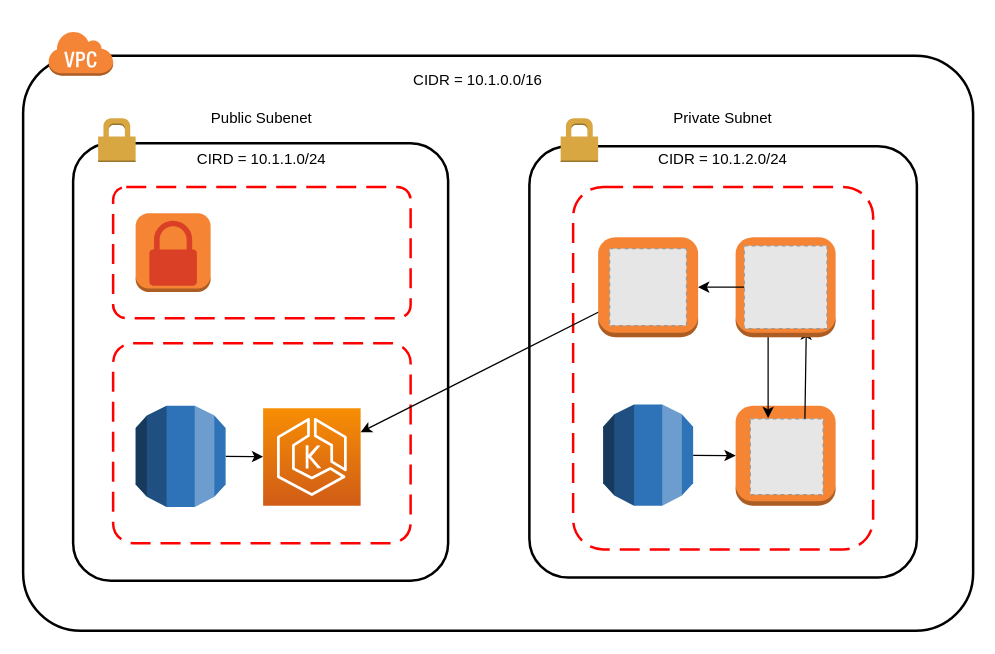
Earlier version of the draw.io diagram page "AWS Architecture" (3 of 4) of AWS Architecture.drawio (jake4327/Final_Project). Source tidied: cells renumbered, new cells numbered last; positions are measured from the earlier drawing's top-left corner, leaving out a move shared by most shapes. Both pictures are drawn from the tidied source at 125%, with x=0, y=0 at pixel (22, 30). Pictures stored in the file or linked from it are replaced by grey dashed boxes.
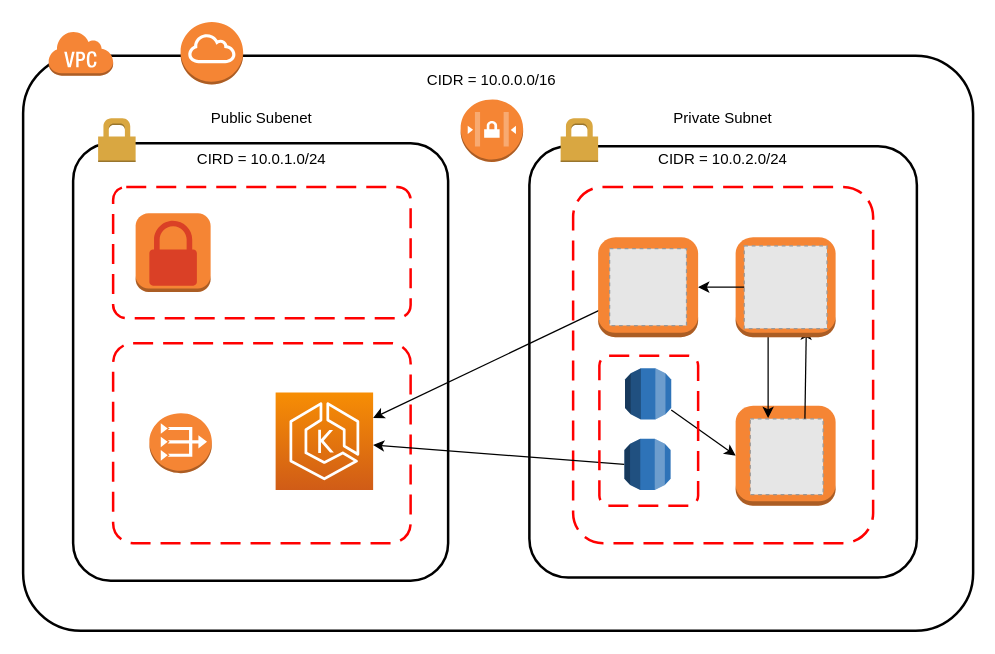
The same page after the edit.

The change refers to these unchanged cells:
```xml
<mxCell id="15" style="outlineConnect=0;fontColor=#232F3E;gradientColor=#F78E04;gradientDirection=north;fillColor=#D05C17;strokeColor=#ffffff;dashed=0;verticalLabelPosition=bottom;verticalAlign=top;align=center;html=1;fontSize=12;fontStyle=0;shape=mxgraph.aws4.resourceIcon;resIcon=mxgraph.aws4.eks;" parent="14" vertex="1">
  <mxGeometry x="-8" y="-8" width="78" height="78" as="geometry" />
</mxCell>
```

Change to the diagram source:
```diff
@@
     <mxCell id="9" style="rounded=1;arcSize=10;dashed=1;strokeColor=#ff0000;fillColor=none;gradientColor=none;dashPattern=8 4;strokeWidth=2;" parent="1" vertex="1">
-      <mxGeometry x="440" y="125" width="240" height="290" as="geometry" />
+      <mxGeometry x="440" y="125" width="240" height="285" as="geometry" />
     </mxCell>
@@
     <mxCell id="14" style="group;" parent="1" vertex="1">
-      <mxGeometry x="200" y="310" width="140" height="140" as="geometry" />
+      <mxGeometry x="210" y="297.5" width="140" height="140" as="geometry" />
     </mxCell>
@@
-    <mxCell id="23" value="CIDR = 10.1.0.0/16" style="text;html=1;strokeColor=none;fillColor=none;align=center;verticalAlign=middle;whiteSpace=wrap;rounded=0;" parent="1" vertex="1">
-      <mxGeometry x="289" y="30" width="150" height="20" as="geometry" />
+    <mxCell id="23" value="CIDR = 10.0.0.0/16" style="text;html=1;strokeColor=none;fillColor=none;align=center;verticalAlign=middle;whiteSpace=wrap;rounded=0;" parent="1" vertex="1">
+      <mxGeometry x="300" y="30" width="150" height="20" as="geometry" />
     </mxCell>
-    <mxCell id="24" value="CIRD = 10.1.1.0/24" style="text;html=1;strokeColor=none;fillColor=none;align=center;verticalAlign=middle;whiteSpace=wrap;rounded=0;" parent="1" vertex="1">
+    <mxCell id="24" value="CIRD = 10.0.1.0/24" style="text;html=1;strokeColor=none;fillColor=none;align=center;verticalAlign=middle;whiteSpace=wrap;rounded=0;" parent="1" vertex="1">
       <mxGeometry x="112" y="92.5" width="158" height="20" as="geometry" />
     </mxCell>
-    <mxCell id="25" value="CIDR = 10.1.2.0/24" style="text;html=1;strokeColor=none;fillColor=none;align=center;verticalAlign=middle;whiteSpace=wrap;rounded=0;" parent="1" vertex="1">
+    <mxCell id="25" value="CIDR = 10.0.2.0/24" style="text;html=1;strokeColor=none;fillColor=none;align=center;verticalAlign=middle;whiteSpace=wrap;rounded=0;" parent="1" vertex="1">
       <mxGeometry x="481" y="92.5" width="158" height="20" as="geometry" />
     </mxCell>
-    <mxCell id="26" style="edgeStyle=none;rounded=0;jettySize=auto;html=1;" parent="1" edge="1" source="27" target="15">
-      <mxGeometry relative="1" as="geometry" />
-    </mxCell>
-    <mxCell id="27" style="outlineConnect=0;dashed=0;verticalLabelPosition=bottom;verticalAlign=top;align=center;html=1;shape=mxgraph.aws3.rds;fillColor=#2E73B8;gradientColor=none;" parent="1" vertex="1">
-      <mxGeometry x="90" y="300" width="72" height="81" as="geometry" />
-    </mxCell>
@@
     <mxCell id="29" style="outlineConnect=0;dashed=0;verticalLabelPosition=bottom;verticalAlign=top;align=center;html=1;shape=mxgraph.aws3.rds;fillColor=#2E73B8;gradientColor=none;" parent="1" vertex="1">
-      <mxGeometry x="464" y="299" width="72" height="81" as="geometry" />
+      <mxGeometry x="481.5" y="270" width="37" height="41" as="geometry" />
     </mxCell>
@@
+    <mxCell id="38" style="dashed=0;verticalLabelPosition=bottom;verticalAlign=top;align=center;html=1;shape=mxgraph.aws3.vpc_nat_gateway;fillColor=#F58534;gradientColor=none;" parent="1" vertex="1">
+      <mxGeometry x="101" y="306" width="50" height="48" as="geometry" />
+    </mxCell>
+    <mxCell id="39" style="dashed=0;verticalLabelPosition=bottom;verticalAlign=top;align=center;html=1;shape=mxgraph.aws3.network_access_controllist;fillColor=#F58534;gradientColor=none;" parent="1" vertex="1">
+      <mxGeometry x="350" y="55" width="50" height="50" as="geometry" />
+    </mxCell>
+    <mxCell id="40" style="dashed=0;verticalLabelPosition=bottom;verticalAlign=top;align=center;html=1;shape=mxgraph.aws3.internet_gateway;fillColor=#F58534;gradientColor=none;" parent="1" vertex="1">
+      <mxGeometry x="126" y="-7" width="50" height="50" as="geometry" />
+    </mxCell>
+    <mxCell id="41" style="rounded=0;jettySize=auto;html=1;exitX=0;exitY=0.5;exitDx=0;exitDy=0;exitPerimeter=0;" parent="1" edge="1" source="42" target="15">
+      <mxGeometry relative="1" as="geometry" />
+    </mxCell>
+    <mxCell id="42" style="outlineConnect=0;dashed=0;verticalLabelPosition=bottom;verticalAlign=top;align=center;html=1;shape=mxgraph.aws3.rds;fillColor=#2E73B8;gradientColor=none;" parent="1" vertex="1">
+      <mxGeometry x="481" y="326.5" width="37" height="41" as="geometry" />
+    </mxCell>
+    <mxCell id="43" style="rounded=1;arcSize=10;dashed=1;strokeColor=#ff0000;fillColor=none;gradientColor=none;dashPattern=8 4;strokeWidth=2;" parent="1" vertex="1">
+      <mxGeometry x="461" y="260" width="79" height="120" as="geometry" />
+    </mxCell>
```
